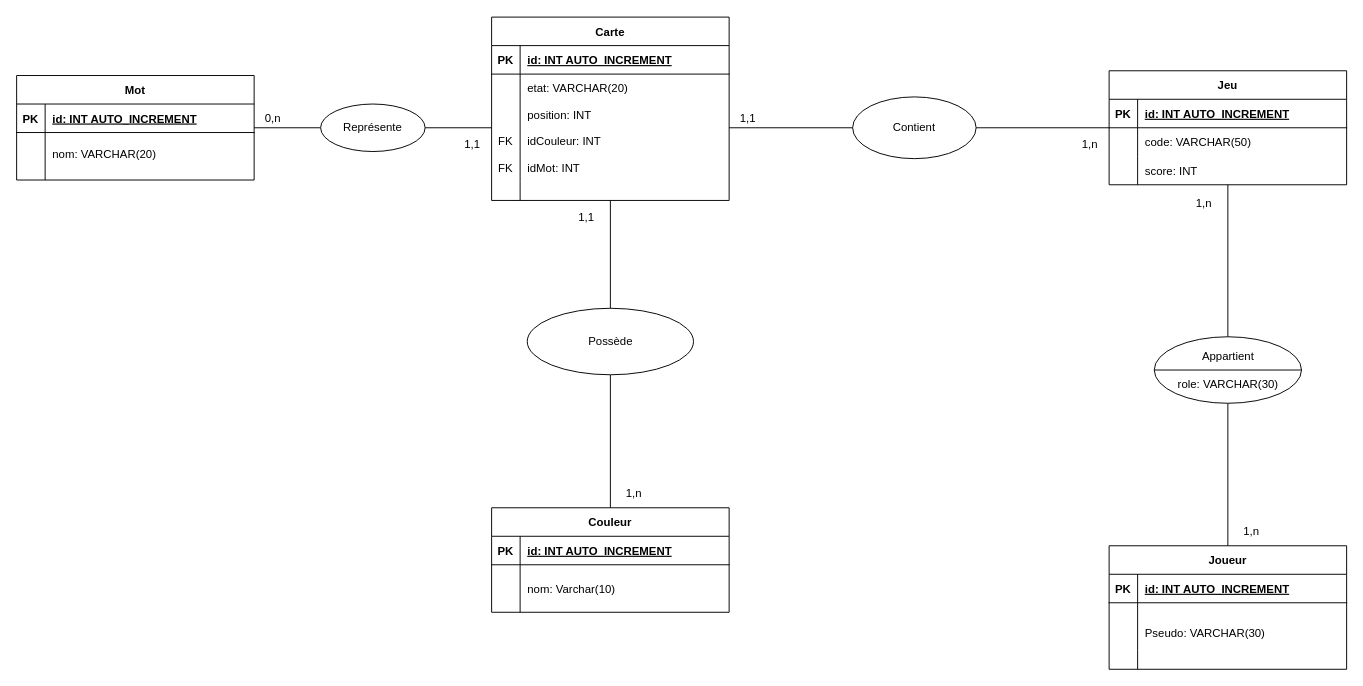
This is DEA.drawio from Arcturus34/PolyNames, a draw.io file, before an edit. Source tidied: cells renumbered, new cells numbered last; positions are measured from the earlier drawing's top-left corner, leaving out a move shared by most shapes. Both pictures are drawn from the tidied source at 95%, with x=0, y=0 at pixel (16, 17).
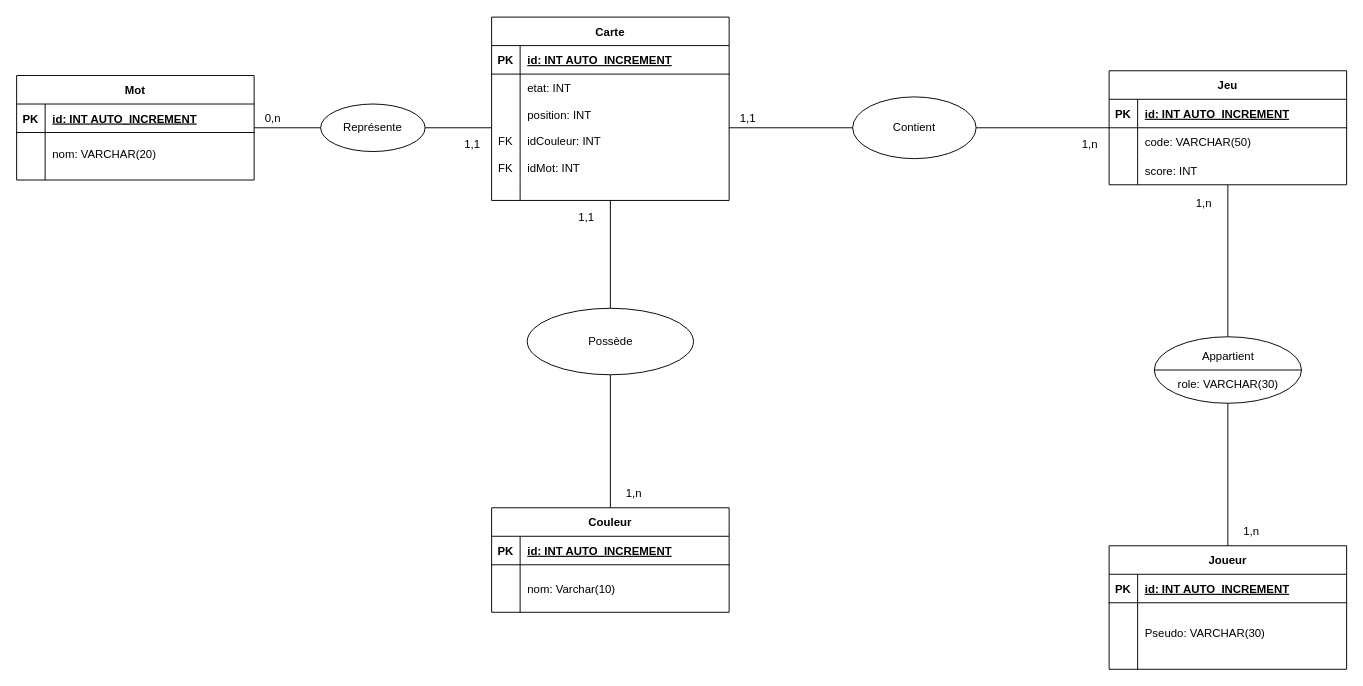
Above is the later version.

The change refers to these unchanged cells:
```xml
<mxCell id="49" style="shape=partialRectangle;fillColor=none;points=[[0,0.5],[1,0.5]];portConstraint=eastwest;top=0;left=0;right=0;bottom=0;" parent="45" vertex="1">
  <mxGeometry y="60" width="250" height="113" as="geometry" />
</mxCell>
```

What changed in the source:
```diff
@@
-    <mxCell id="51" value="etat: VARCHAR(20)&#10;&#10;position: INT&#10;&#10;idCouleur: INT&#10;&#10;idMot: INT" style="shape=partialRectangle;overflow=hidden;fillColor=none;top=0;left=0;bottom=0;right=0;align=left;spacingLeft=6;" parent="49" vertex="1">
+    <mxCell id="51" value="etat: INT&#10;&#10;position: INT&#10;&#10;idCouleur: INT&#10;&#10;idMot: INT" style="shape=partialRectangle;overflow=hidden;fillColor=none;top=0;left=0;bottom=0;right=0;align=left;spacingLeft=6;" parent="49" vertex="1">
       <mxGeometry x="30" width="220" height="113" as="geometry" />
     </mxCell>
```
